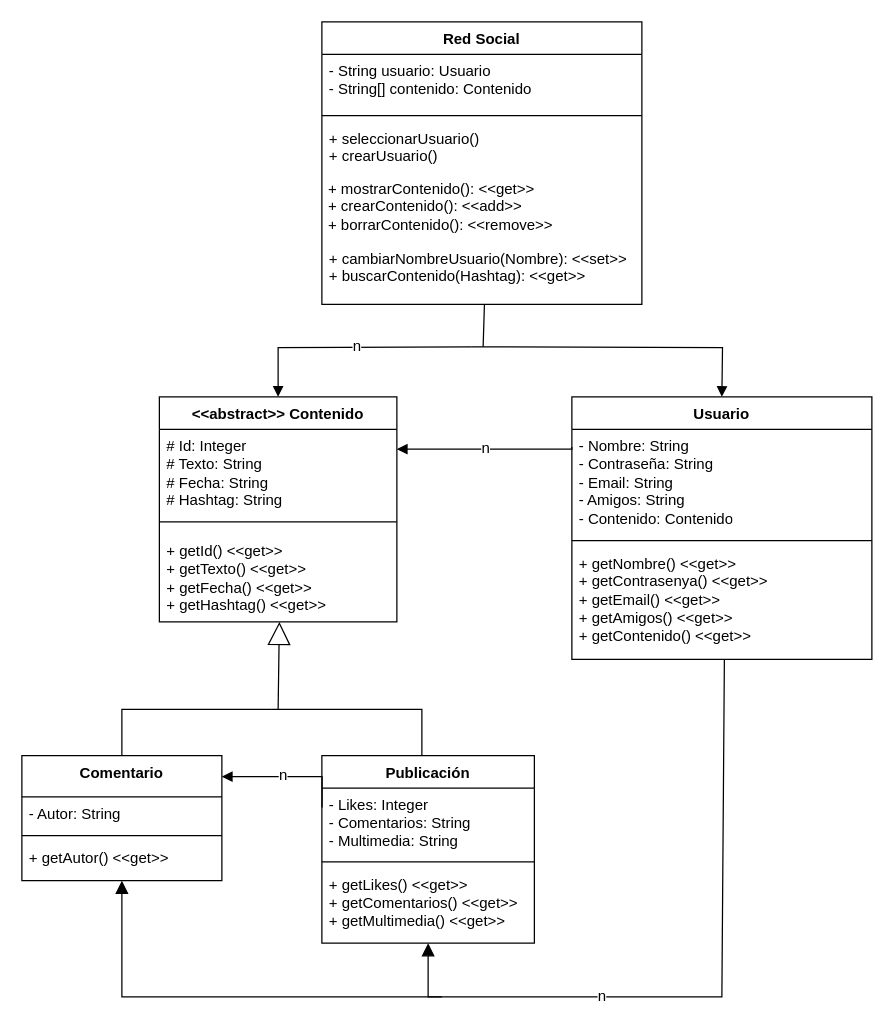
This is diag/dc.drawio from Kore29/Program-Whale, a draw.io file, before an edit. Source tidied: cells renumbered, new cells numbered last; positions are measured from the earlier drawing's top-left corner, leaving out a move shared by most shapes. Both pictures are drawn from the tidied source at 125%, with x=0, y=0 at pixel (21, 21).
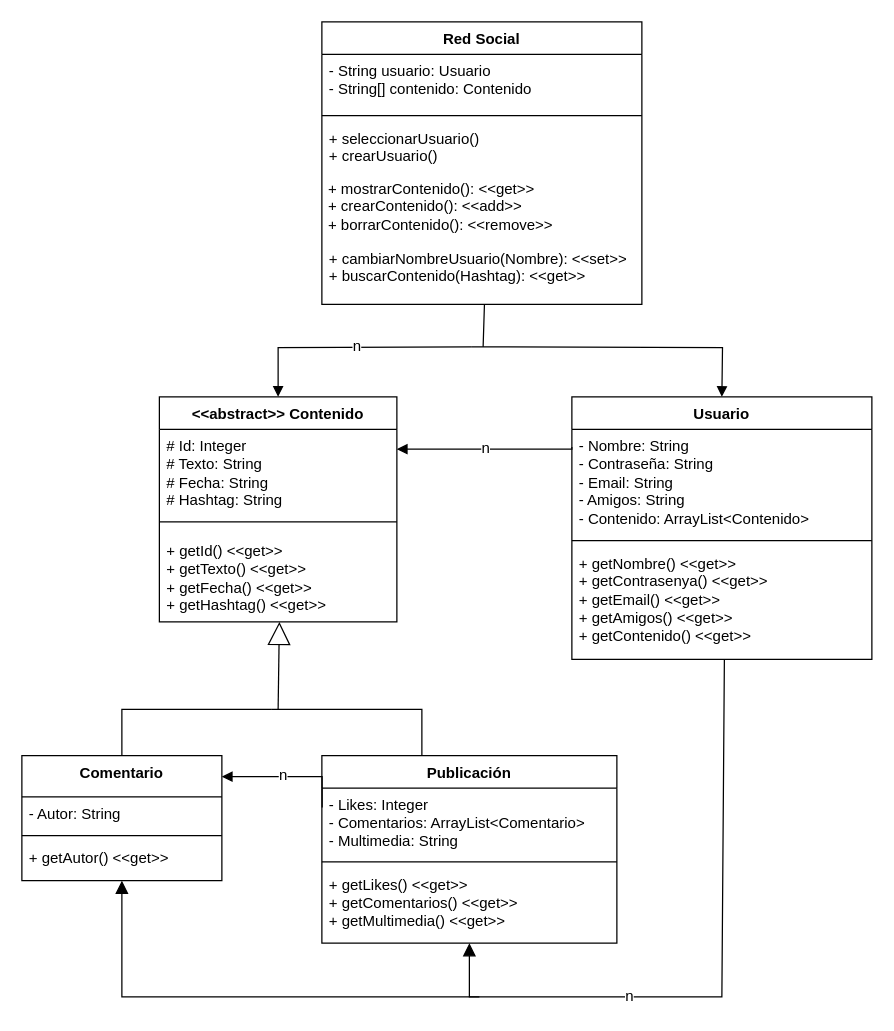
After the change.

Unchanged cells that the change refers to:
```xml
<mxCell id="12" value="Usuario" style="swimlane;fontStyle=1;align=center;verticalAlign=top;horizontal=1;startSize=26;whiteSpace=wrap;html=1;" parent="1" vertex="1">
  <mxGeometry x="440" y="300" width="240" height="210" as="geometry" />
</mxCell>
```

Change to the diagram source:
```diff
@@
-    <mxCell id="13" value="&lt;div&gt;- Nombre: String&lt;/div&gt;&lt;div&gt;- Contraseña: String&lt;/div&gt;&lt;div&gt;- Email: String&lt;/div&gt;&lt;div&gt;- Amigos: String&lt;/div&gt;&lt;div&gt;- Contenido: Contenido&lt;/div&gt;&lt;div&gt;&lt;br&gt;&lt;/div&gt;" style="text;strokeColor=none;fillColor=none;align=left;verticalAlign=top;spacingLeft=4;spacingRight=4;overflow=hidden;whiteSpace=wrap;html=1;" parent="12" vertex="1">
+    <mxCell id="13" value="&lt;div&gt;- Nombre: String&lt;/div&gt;&lt;div&gt;- Contraseña: String&lt;/div&gt;&lt;div&gt;- Email: String&lt;/div&gt;&lt;div&gt;- Amigos: String&lt;/div&gt;&lt;div&gt;- Contenido: ArrayList&amp;lt;&lt;span style=&quot;background-color: transparent; color: light-dark(rgb(0, 0, 0), rgb(255, 255, 255));&quot;&gt;Contenido&lt;/span&gt;&lt;span style=&quot;background-color: transparent; color: light-dark(rgb(0, 0, 0), rgb(255, 255, 255));&quot;&gt;&amp;gt;&amp;nbsp;&lt;/span&gt;&lt;/div&gt;&lt;div&gt;&lt;br&gt;&lt;/div&gt;" style="text;strokeColor=none;fillColor=none;align=left;verticalAlign=top;spacingLeft=4;spacingRight=4;overflow=hidden;whiteSpace=wrap;html=1;" parent="12" vertex="1">
       <mxGeometry y="26" width="240" height="84" as="geometry" />
     </mxCell>
@@
     <mxCell id="25" value="Publicación" style="swimlane;fontStyle=1;align=center;verticalAlign=top;horizontal=1;startSize=26;whiteSpace=wrap;html=1;" parent="1" vertex="1">
-      <mxGeometry x="240" y="587" width="170" height="150" as="geometry" />
+      <mxGeometry x="240" y="587" width="236" height="150" as="geometry" />
     </mxCell>
-    <mxCell id="26" value="&lt;div&gt;&lt;span style=&quot;background-color: transparent; color: light-dark(rgb(0, 0, 0), rgb(255, 255, 255));&quot;&gt;- Likes: Integer&lt;/span&gt;&lt;/div&gt;&lt;div&gt;&lt;span style=&quot;background-color: transparent; color: light-dark(rgb(0, 0, 0), rgb(255, 255, 255));&quot;&gt;- Comentarios: String&amp;nbsp;&lt;/span&gt;&lt;/div&gt;&lt;div&gt;&lt;span style=&quot;background-color: transparent; color: light-dark(rgb(0, 0, 0), rgb(255, 255, 255));&quot;&gt;- Multimedia: String&lt;/span&gt;&lt;/div&gt;" style="text;strokeColor=none;fillColor=none;align=left;verticalAlign=top;spacingLeft=4;spacingRight=4;overflow=hidden;whiteSpace=wrap;html=1;" parent="25" vertex="1">
-      <mxGeometry y="26" width="170" height="54" as="geometry" />
+    <mxCell id="26" value="&lt;div&gt;&lt;span style=&quot;background-color: transparent; color: light-dark(rgb(0, 0, 0), rgb(255, 255, 255));&quot;&gt;- Likes: Integer&lt;/span&gt;&lt;/div&gt;&lt;div&gt;&lt;span style=&quot;background-color: transparent; color: light-dark(rgb(0, 0, 0), rgb(255, 255, 255));&quot;&gt;- Comentarios: ArrayList&amp;lt;Comentario&amp;gt;&amp;nbsp;&lt;/span&gt;&lt;/div&gt;&lt;div&gt;&lt;span style=&quot;background-color: transparent; color: light-dark(rgb(0, 0, 0), rgb(255, 255, 255));&quot;&gt;- Multimedia: String&lt;/span&gt;&lt;/div&gt;" style="text;strokeColor=none;fillColor=none;align=left;verticalAlign=top;spacingLeft=4;spacingRight=4;overflow=hidden;whiteSpace=wrap;html=1;" parent="25" vertex="1">
+      <mxGeometry y="26" width="236" height="54" as="geometry" />
     </mxCell>
     <mxCell id="27" style="line;strokeWidth=1;fillColor=none;align=left;verticalAlign=middle;spacingTop=-1;spacingLeft=3;spacingRight=3;labelPosition=right;strokeColor=inherit;" parent="25" vertex="1">
-      <mxGeometry y="80" width="170" height="10" as="geometry" />
+      <mxGeometry y="80" width="236" height="10" as="geometry" />
     </mxCell>
     <mxCell id="28" value="+ getLikes() &amp;lt;&amp;lt;get&amp;gt;&amp;gt;&lt;div&gt;+ getComentarios()&amp;nbsp;&lt;span style=&quot;background-color: transparent; color: light-dark(rgb(0, 0, 0), rgb(255, 255, 255));&quot;&gt;&amp;lt;&amp;lt;get&amp;gt;&amp;gt;&lt;/span&gt;&lt;/div&gt;&lt;div&gt;+ getMultimedia()&amp;nbsp;&lt;span style=&quot;background-color: transparent; color: light-dark(rgb(0, 0, 0), rgb(255, 255, 255));&quot;&gt;&amp;lt;&amp;lt;get&amp;gt;&amp;gt;&lt;/span&gt;&lt;/div&gt;" style="text;strokeColor=none;fillColor=none;align=left;verticalAlign=top;spacingLeft=4;spacingRight=4;overflow=hidden;whiteSpace=wrap;html=1;" parent="25" vertex="1">
-      <mxGeometry y="90" width="170" height="60" as="geometry" />
+      <mxGeometry y="90" width="236" height="60" as="geometry" />
     </mxCell>
@@
     <mxCell id="32" style="html=1;verticalAlign=bottom;endArrow=block;curved=0;rounded=0;fontSize=12;startSize=8;endSize=8;entryX=0.5;entryY=1;entryDx=0;entryDy=0;" parent="1" edge="1" target="25">
       <mxGeometry relative="1" as="geometry">
         <mxPoint x="562" y="510" as="sourcePoint" />
         <Array as="points">
           <mxPoint x="560" y="780" />
-          <mxPoint x="325" y="780" />
+          <mxPoint x="358" y="780" />
         </Array>
       </mxGeometry>
     </mxCell>
@@
     <mxCell id="34" style="html=1;verticalAlign=bottom;endArrow=block;curved=0;rounded=0;fontSize=12;startSize=8;endSize=8;" parent="1" edge="1">
       <mxGeometry relative="1" as="geometry">
-        <mxPoint x="336" y="780" as="sourcePoint" />
+        <mxPoint x="366" y="780" as="sourcePoint" />
         <mxPoint x="80" y="687" as="targetPoint" />
         <Array as="points">
           <mxPoint x="80" y="780" />
         </Array>
       </mxGeometry>
     </mxCell>
```
